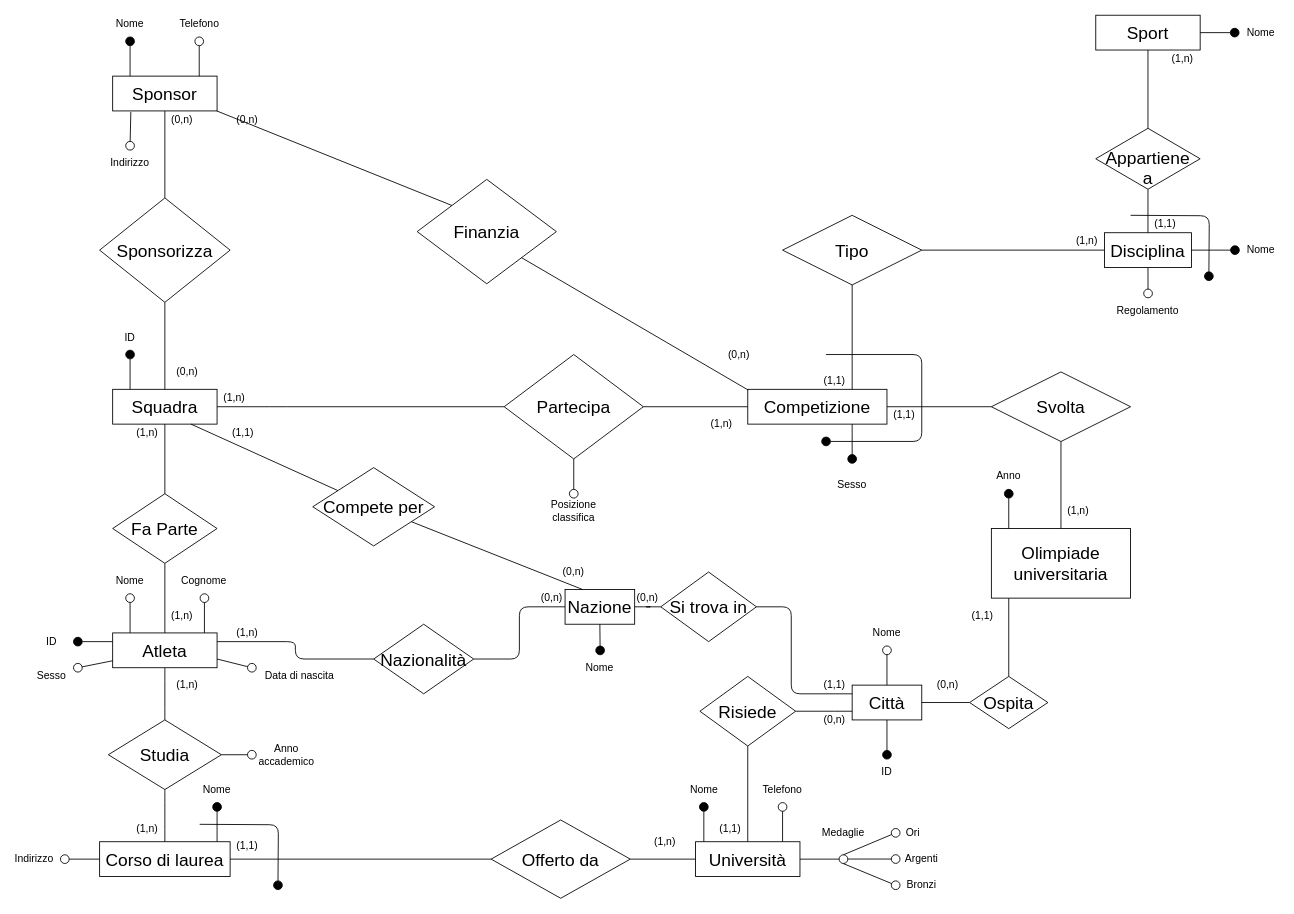
This is page "Schema E-R ristrutturato" (1 of 7) of Olimpiadi studentesche.drawio from giovannivelludo/database-project, a draw.io file, before an edit. Source tidied: cells renumbered, new cells numbered last; positions are measured from the earlier drawing's top-left corner, leaving out a move shared by most shapes. Both pictures are drawn from the tidied source at 87%, with x=0, y=0 at pixel (17, 15).
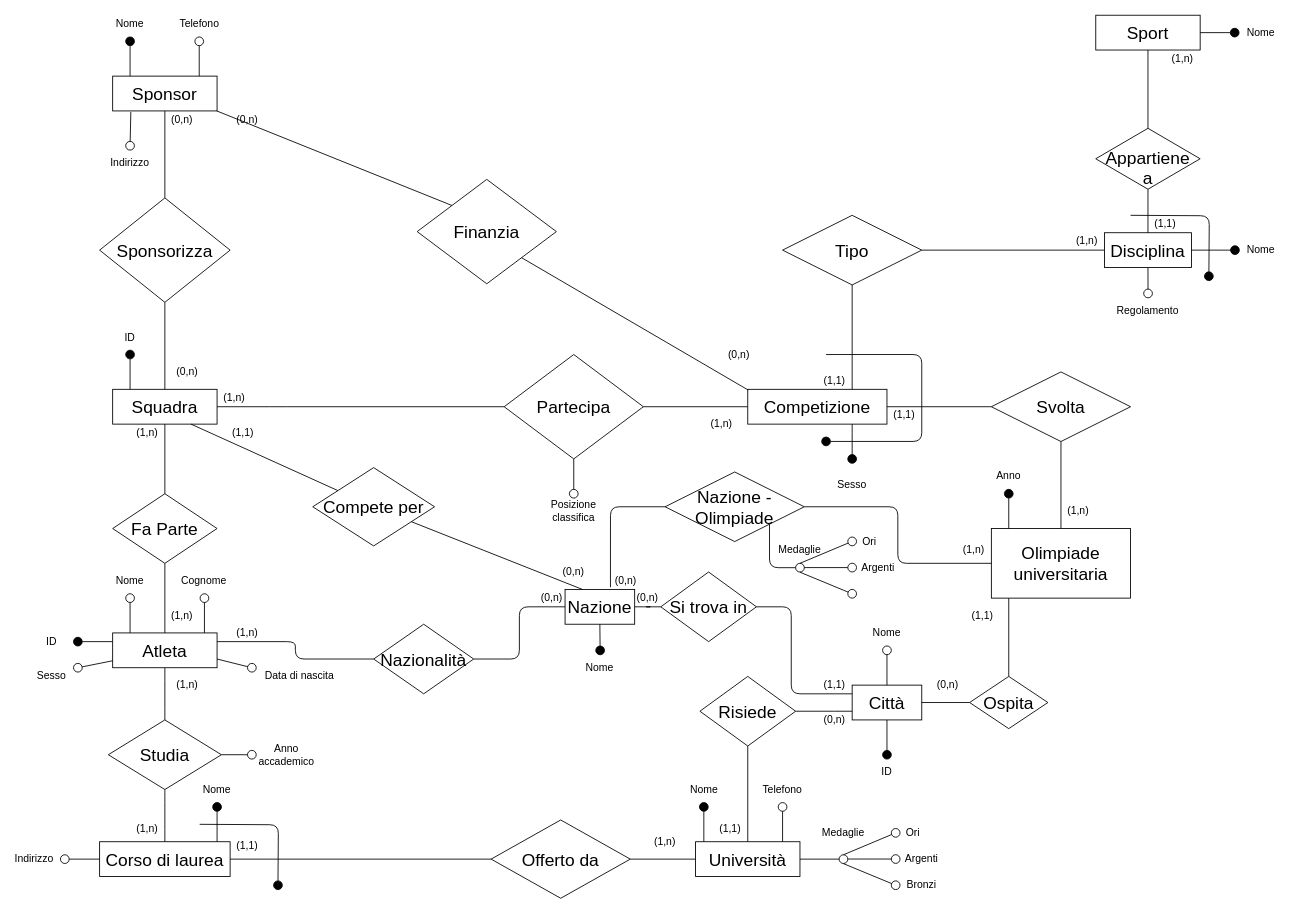
After the change.

The change refers to these unchanged cells:
```xml
<mxCell id="27" value="&lt;font style=&quot;font-size: 20px&quot;&gt;Olimpiade universitaria&lt;/font&gt;" style="rounded=0;whiteSpace=wrap;html=1;fillColor=none;" parent="1" vertex="1">
  <mxGeometry x="1120" y="590" width="160" height="80" as="geometry" />
</mxCell>
<mxCell id="98" value="&lt;font style=&quot;font-size: 20px&quot;&gt;Nazione&lt;/font&gt;" style="rounded=0;whiteSpace=wrap;html=1;fillColor=none;" parent="1" vertex="1">
  <mxGeometry x="630" y="660" width="80" height="40" as="geometry" />
</mxCell>
```

Change to the diagram source:
```diff
@@
+    <mxCell id="140" style="edgeStyle=orthogonalEdgeStyle;rounded=1;jettySize=auto;html=1;entryX=0.652;entryY=-0.062;entryDx=0;entryDy=0;entryPerimeter=0;startSize=10;endArrow=none;endFill=0;endSize=10;" parent="1" edge="1" source="143" target="98">
+      <mxGeometry relative="1" as="geometry" />
+    </mxCell>
+    <mxCell id="141" style="edgeStyle=orthogonalEdgeStyle;rounded=1;jettySize=auto;html=1;entryX=0;entryY=0.5;entryDx=0;entryDy=0;startSize=10;endArrow=none;endFill=0;endSize=10;" parent="1" edge="1" source="143" target="27">
+      <mxGeometry relative="1" as="geometry" />
+    </mxCell>
+    <mxCell id="142" style="edgeStyle=orthogonalEdgeStyle;rounded=1;jettySize=auto;html=1;exitX=1;exitY=1;exitDx=0;exitDy=0;startSize=10;endArrow=oval;endFill=0;endSize=10;" parent="1" edge="1" source="143">
+      <mxGeometry relative="1" as="geometry">
+        <mxPoint x="900" y="635" as="targetPoint" />
+        <Array as="points">
+          <mxPoint x="865" y="635" />
+        </Array>
+      </mxGeometry>
+    </mxCell>
+    <mxCell id="143" value="Nazione - Olimpiade" style="rhombus;whiteSpace=wrap;html=1;fontSize=20;fillColor=none;" parent="1" vertex="1">
+      <mxGeometry x="745" y="525" width="160" height="80" as="geometry" />
+    </mxCell>
+    <mxCell id="144" value="(0,n)" style="text;html=1;align=center;verticalAlign=middle;whiteSpace=wrap;rounded=0;" parent="1" vertex="1">
+      <mxGeometry x="680" y="640" width="40" height="20" as="geometry" />
+    </mxCell>
+    <mxCell id="145" value="(1,n)" style="text;html=1;align=center;verticalAlign=middle;whiteSpace=wrap;rounded=0;" parent="1" vertex="1">
+      <mxGeometry x="1080" y="605" width="40" height="20" as="geometry" />
+    </mxCell>
+    <mxCell id="146" style="edgeStyle=none;rounded=0;orthogonalLoop=1;jettySize=auto;html=1;startSize=10;endArrow=oval;endFill=0;endSize=10;" parent="1" edge="1">
+      <mxGeometry relative="1" as="geometry">
+        <mxPoint x="900" y="630" as="sourcePoint" />
+        <mxPoint x="960" y="604.8" as="targetPoint" />
+      </mxGeometry>
+    </mxCell>
+    <mxCell id="147" style="edgeStyle=none;rounded=0;orthogonalLoop=1;jettySize=auto;html=1;exitX=1;exitY=0.5;exitDx=0;exitDy=0;startSize=10;endArrow=oval;endFill=0;endSize=10;" parent="1" edge="1">
+      <mxGeometry relative="1" as="geometry">
+        <mxPoint x="905" y="634.9" as="sourcePoint" />
+        <mxPoint x="960" y="634.9" as="targetPoint" />
+      </mxGeometry>
+    </mxCell>
+    <mxCell id="148" style="edgeStyle=none;rounded=0;orthogonalLoop=1;jettySize=auto;html=1;startSize=10;endArrow=oval;endFill=0;endSize=10;" parent="1" edge="1">
+      <mxGeometry relative="1" as="geometry">
+        <mxPoint x="900" y="640.2" as="sourcePoint" />
+        <mxPoint x="960" y="665" as="targetPoint" />
+      </mxGeometry>
+    </mxCell>
+    <mxCell id="149" value="Medaglie" style="text;html=1;align=center;verticalAlign=middle;whiteSpace=wrap;rounded=0;" parent="1" vertex="1">
+      <mxGeometry x="880" y="605" width="40" height="20" as="geometry" />
+    </mxCell>
+    <mxCell id="150" value="Ori" style="text;html=1;align=center;verticalAlign=middle;whiteSpace=wrap;rounded=0;" parent="1" vertex="1">
+      <mxGeometry x="960" y="595" width="40" height="20" as="geometry" />
+    </mxCell>
+    <mxCell id="151" value="Argenti" style="text;html=1;align=center;verticalAlign=middle;whiteSpace=wrap;rounded=0;" parent="1" vertex="1">
+      <mxGeometry x="970" y="625" width="40" height="20" as="geometry" />
+    </mxCell>
```
